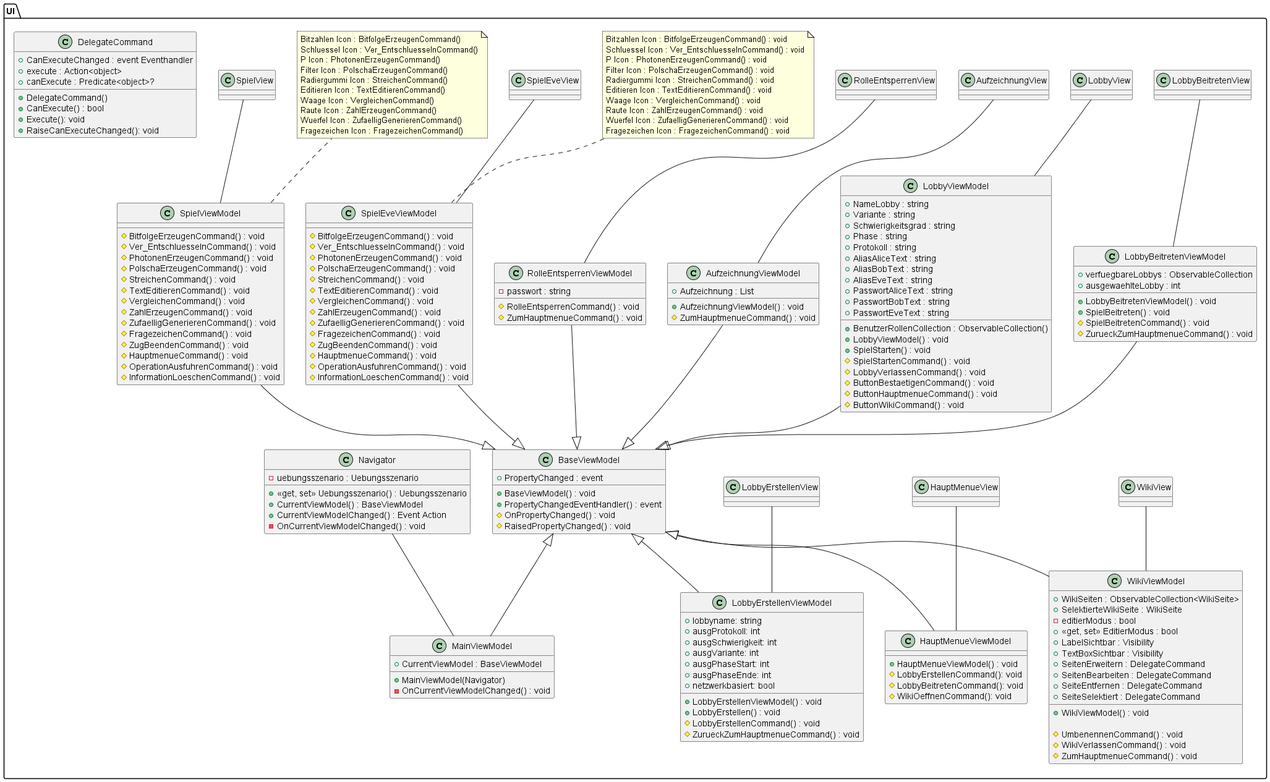
This is 02_Entwurf/Klassendiagramm/PlantUML/Klassendiagramm_UI/name.png from Jonas-Ha/quakrypto, a PlantUML export, as it was before one commit.
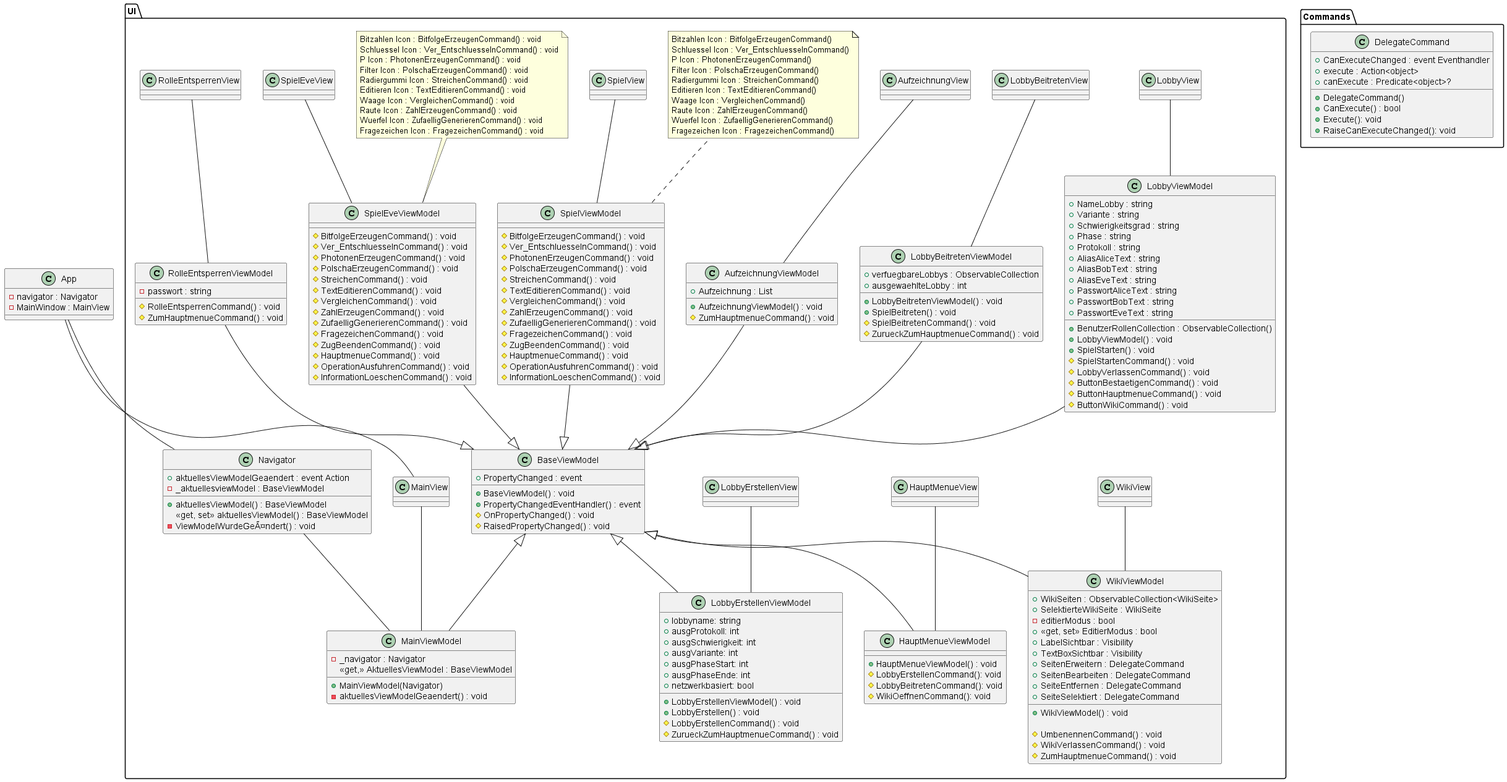
After the change.

Commit message:
Aktualisieren Klassendiagramm und implementieren der ViewModels

What changed in the source:
```diff
@@ -4,23 +4,49 @@
 skinparam pageExternalColor gray
 skinparam pageBorderColor black
 
+
+class App
+{
+	- navigator : Navigator
+	- MainWindow : MainView
+}
+
+package Commands
+{
+	class DelegateCommand
+	{
+		+ CanExecuteChanged : event Eventhandler
+		+ execute : Action<object>
+		+ canExecute : Predicate<object>?
+		+ DelegateCommand()
+		+ CanExecute() : bool
+		+ Execute(): void
+		+ RaiseCanExecuteChanged(): void
+	}
+}
+
 package UI
 {
 	together{
+		class MainView
+		{
+		}
+
 		class MainViewModel
 		{
+			- _navigator : Navigator
+			<< get, >> AktuellesViewModel : BaseViewModel
 			+ MainViewModel(Navigator)
-			+ CurrentViewModel : BaseViewModel
-			- OnCurrentViewModelChanged() : void
+			- aktuellesViewModelGeaendert() : void
 		}
 
 		class Navigator
 		{
-			- uebungsszenario : Uebungsszenario
-			+ <<get, set>> Uebungsszenario() : Uebungsszenario
-			+ CurrentViewModel() : BaseViewModel
-			+ CurrentViewModelChanged() : Event Action
-			- OnCurrentViewModelChanged() : void
+			+ aktuellesViewModelGeaendert : event Action
+			- _aktuellesviewModel : BaseViewModel
+			+ aktuellesViewModel() : BaseViewModel
+			<< get, set >> aktuellesViewModel() : BaseViewModel
+			- ViewModelWurdeGeÃ¤ndert() : void
 		}
 
 		class BaseViewModel
@@ -239,18 +265,11 @@
 		}
 	}
 
-	class DelegateCommand
-	{
-		+ CanExecuteChanged : event Eventhandler
-		+ execute : Action<object>
-		+ canExecute : Predicate<object>?
-		+ DelegateCommand()
-		+ CanExecute() : bool
-		+ Execute(): void
-		+ RaiseCanExecuteChanged(): void
-	}
+
 }
-
+App -- MainView
+App -- Navigator
+MainView -- MainViewModel
 BaseViewModel <|-u- RolleEntsperrenViewModel
 BaseViewModel <|-u- AufzeichnungViewModel
 BaseViewModel <|-u- SpielEveViewModel
```
